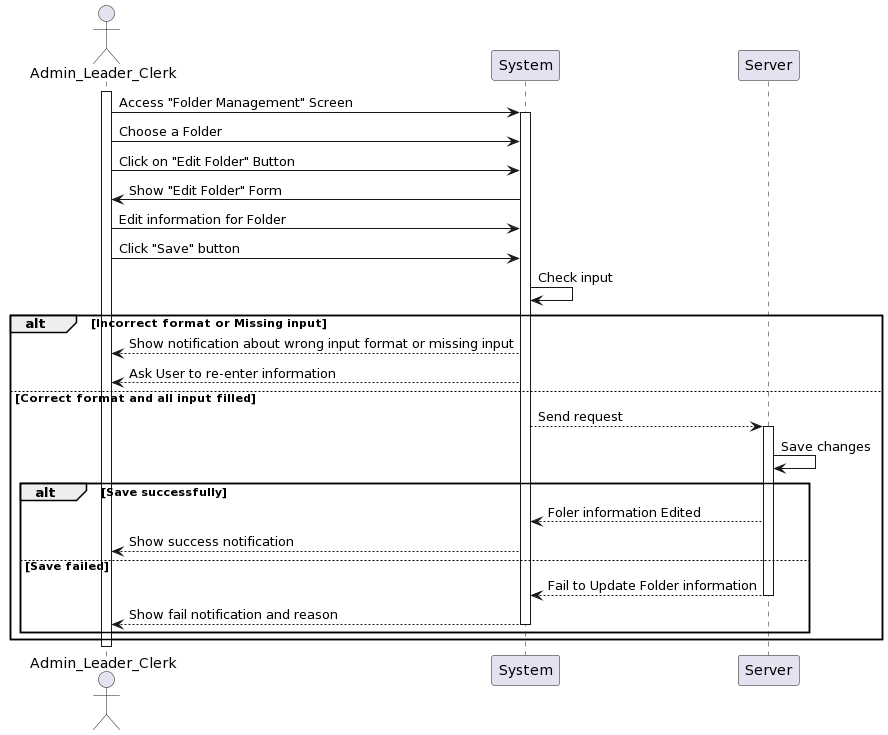
Before: Lab1/Lab1.2/SequenceDiagram/Folder/EditFolderinformation/EditFolderinformation_SequenceDiagram.png, a diagram exported from PlantUML (khoapham1003/SE357-Pratice-class). Its diagram source:
```plantuml
@startuml
actor Admin_Leader_Clerk as User
participant System
participant Server

activate User
User -> System: Access "Folder Management" Screen
activate System
User -> System: Choose a Folder
User -> System: Click on "Edit Folder" Button
System -> User: Show "Edit Folder" Form
User -> System: Edit information for Folder
User -> System: Click "Save" button
System -> System: Check input
alt Incorrect format or Missing input
    System --> User: Show notification about wrong input format or missing input
    System --> User: Ask User to re-enter information
else Correct format and all input filled
    System --> Server: Send request
activate Server
    Server -> Server: Save changes
    alt Save successfully
        Server --> System: Foler information Edited
        System --> User: Show success notification
    else Save failed
        Server --> System:Fail to Update Folder information
deactivate Server
        System --> User: Show fail notification and reason
deactivate System
    end
end
deactivate User
@enduml
```
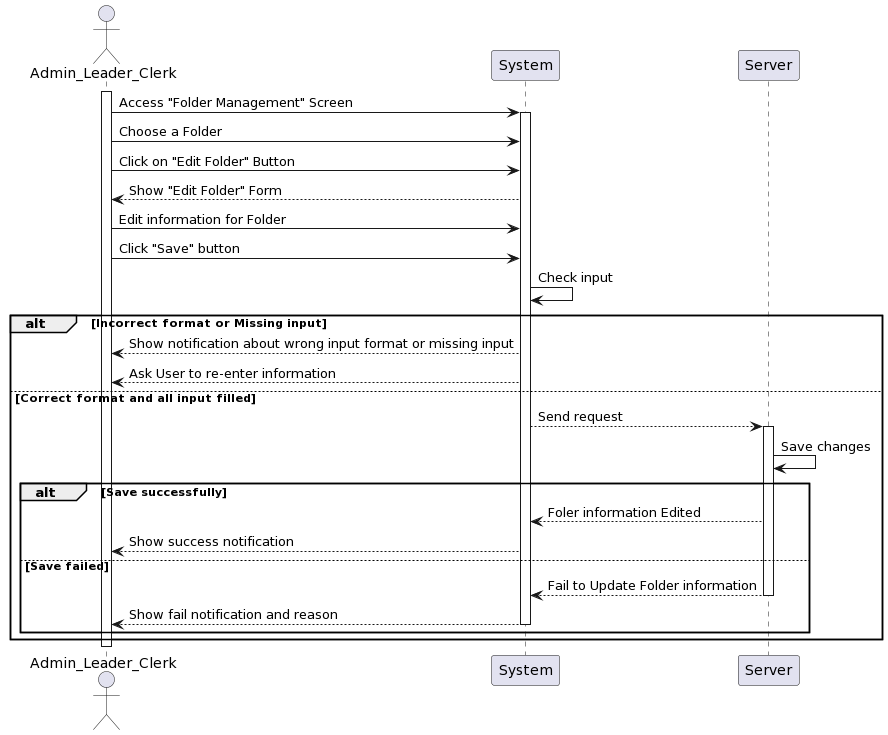
Later version of the same file.

What changed in the source:
```diff
@@ -8,7 +8,7 @@
 activate System
 User -> System: Choose a Folder
 User -> System: Click on "Edit Folder" Button
-System -> User: Show "Edit Folder" Form
+System --> User: Show "Edit Folder" Form
 User -> System: Edit information for Folder
 User -> System: Click "Save" button
 System -> System: Check input
```
